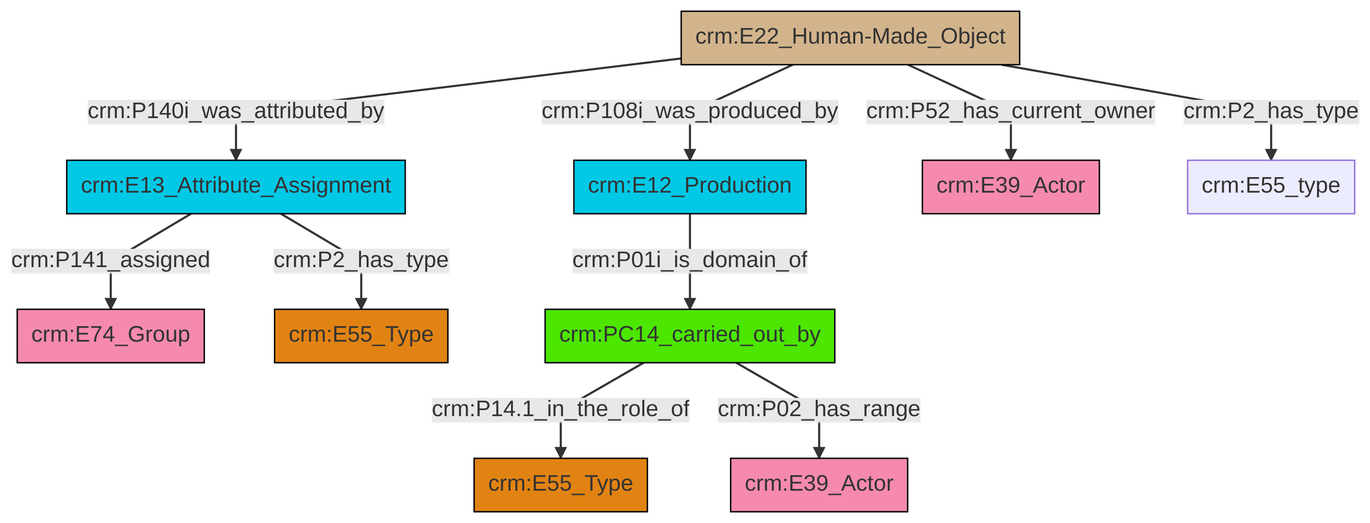
Above: et/builtWorkCSV/ttl/mmd/png/Built_Work_actor_relations.png in swiss-art-research-net/docs.swissartresearch (Mermaid), before the change. Its source is kept beside it as et/builtWorkCSV/ttl/mmd/Built_Work_actor_relations.ttl.mmd.
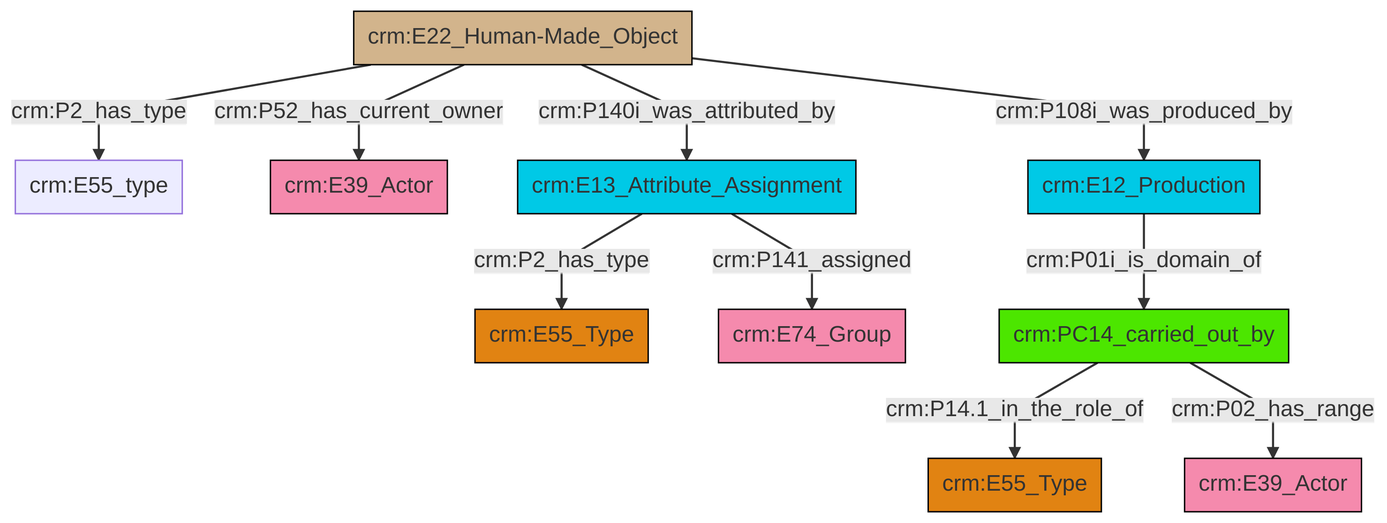
The same file after the commit.

What changed in the source:
```diff
@@ -13,12 +13,12 @@
 classDef PC_Classes fill:#4ce600, stroke:#000000;
 classDef Multi fill:#cccccc,stroke:#000000;
 
-0["crm:E13_Attribute_Assignment"]:::Temporal_Entity -->|crm:P141_assigned| 2["crm:E74_Group"]:::Actor
-0["crm:E13_Attribute_Assignment"]:::Temporal_Entity -->|crm:P2_has_type| 3["crm:E55_Type"]:::Type
-4["crm:E12_Production"]:::Temporal_Entity -->|crm:P01i_is_domain_of| 5["crm:PC14_carried_out_by"]:::PC_Classes
-6["crm:E22_Human-Made_Object"]:::Physical_Thing -->|crm:P108i_was_produced_by| 4["crm:E12_Production"]:::Temporal_Entity
-6["crm:E22_Human-Made_Object"]:::Physical_Thing -->|crm:P140i_was_attributed_by| 0["crm:E13_Attribute_Assignment"]:::Temporal_Entity
-6["crm:E22_Human-Made_Object"]:::Physical_Thing -->|crm:P52_has_current_owner| 7["crm:E39_Actor"]:::Actor
-6["crm:E22_Human-Made_Object"]:::Physical_Thing -->|crm:P2_has_type| 15["crm:E55_type"]:::Default
-5["crm:PC14_carried_out_by"]:::PC_Classes -->|crm:P14.1_in_the_role_of| 16["crm:E55_Type"]:::Type
-5["crm:PC14_carried_out_by"]:::PC_Classes -->|crm:P02_has_range| 17["crm:E39_Actor"]:::Actor
+0["crm:E22_Human-Made_Object"]:::Physical_Thing -->|crm:P2_has_type| 1["crm:E55_type"]:::Default
+0["crm:E22_Human-Made_Object"]:::Physical_Thing -->|crm:P52_has_current_owner| 2["crm:E39_Actor"]:::Actor
+0["crm:E22_Human-Made_Object"]:::Physical_Thing -->|crm:P140i_was_attributed_by| 3["crm:E13_Attribute_Assignment"]:::Temporal_Entity
+3["crm:E13_Attribute_Assignment"]:::Temporal_Entity -->|crm:P2_has_type| 4["crm:E55_Type"]:::Type
+5["crm:E12_Production"]:::Temporal_Entity -->|crm:P01i_is_domain_of| 6["crm:PC14_carried_out_by"]:::PC_Classes
+6["crm:PC14_carried_out_by"]:::PC_Classes -->|crm:P14.1_in_the_role_of| 9["crm:E55_Type"]:::Type
+3["crm:E13_Attribute_Assignment"]:::Temporal_Entity -->|crm:P141_assigned| 17["crm:E74_Group"]:::Actor
+0["crm:E22_Human-Made_Object"]:::Physical_Thing -->|crm:P108i_was_produced_by| 5["crm:E12_Production"]:::Temporal_Entity
+6["crm:PC14_carried_out_by"]:::PC_Classes -->|crm:P02_has_range| 15["crm:E39_Actor"]:::Actor
```
